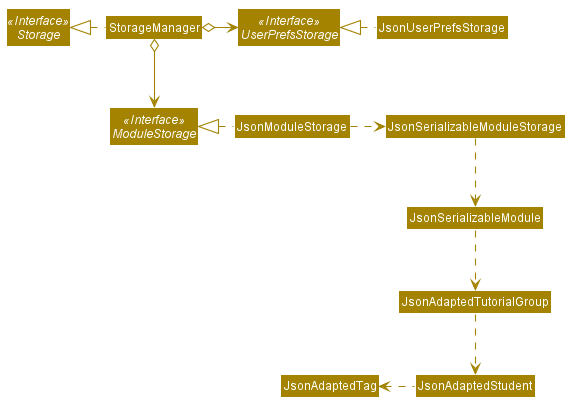
The PlantUML diagram docs/images/StorageClassDiagram.png in nus-cs2103-AY2021S1/tp, before a commit.
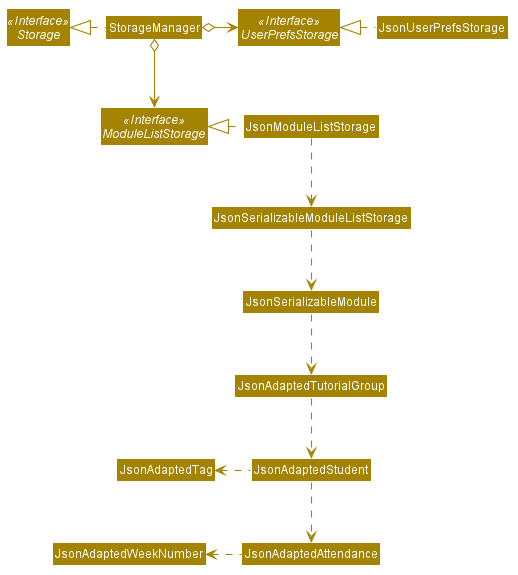
After the commit.

Change to the diagram source:
```diff
@@ -53,25 +53,29 @@
 
 Interface Storage <<Interface>>
 Interface UserPrefsStorage <<Interface>>
-Interface ModuleStorage <<Interface>>
+Interface ModuleListStorage <<Interface>>
 
 Class StorageManager
 Class JsonUserPrefsStorage
-Class JsonModuleStorage
+Class JsonModuleListStorage
 Class JsonSerializableModule
 Class JsonAdaptedTutorialGroup
 Class JsonAdaptedStudent
 Class JsonAdaptedTag
+Class JsonAdaptedAttendance
+Class JsonAdaptedWeekNumber
 
 StorageManager .left.|> Storage
 StorageManager o-right-> UserPrefsStorage
-StorageManager o--> ModuleStorage
+StorageManager o--> ModuleListStorage
 
 JsonUserPrefsStorage .left.|> UserPrefsStorage
-JsonModuleStorage .left.|> ModuleStorage
-JsonModuleStorage .right.> JsonSerializableModuleStorage
-JsonSerializableModuleStorage .down.> JsonSerializableModule
+JsonModuleListStorage .left.|> ModuleListStorage
+JsonModuleListStorage .down.> JsonSerializableModuleListStorage
+JsonSerializableModuleListStorage .down.> JsonSerializableModule
 JsonSerializableModule .down.> JsonAdaptedTutorialGroup
 JsonAdaptedTutorialGroup .down.> JsonAdaptedStudent
 JsonAdaptedStudent .left.> JsonAdaptedTag
+JsonAdaptedStudent .down.> JsonAdaptedAttendance
+JsonAdaptedAttendance .left.> JsonAdaptedWeekNumber
 @enduml
```
